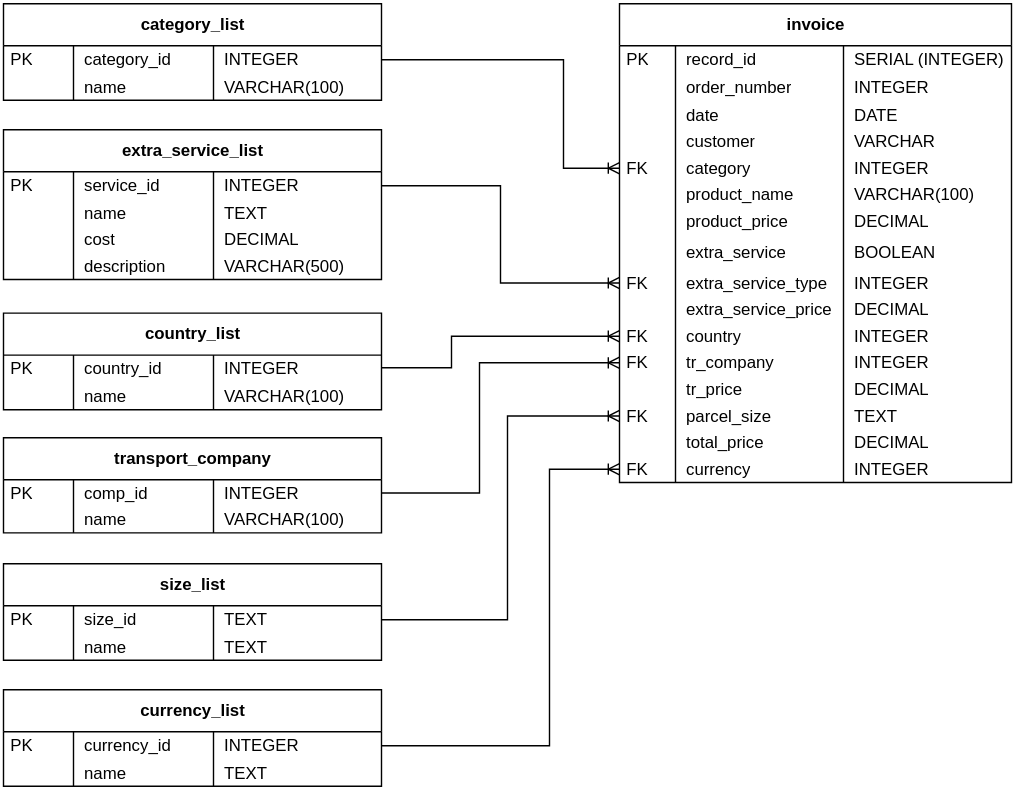
Before: Pictures/Function_3/F3_ERD_invoice.svg, a diagram exported from draw.io (netj22693/backup-app-jn). Source tidied: cells renumbered, new cells last; positions are measured from the earlier drawing's top-left corner, leaving out a move shared by most shapes.
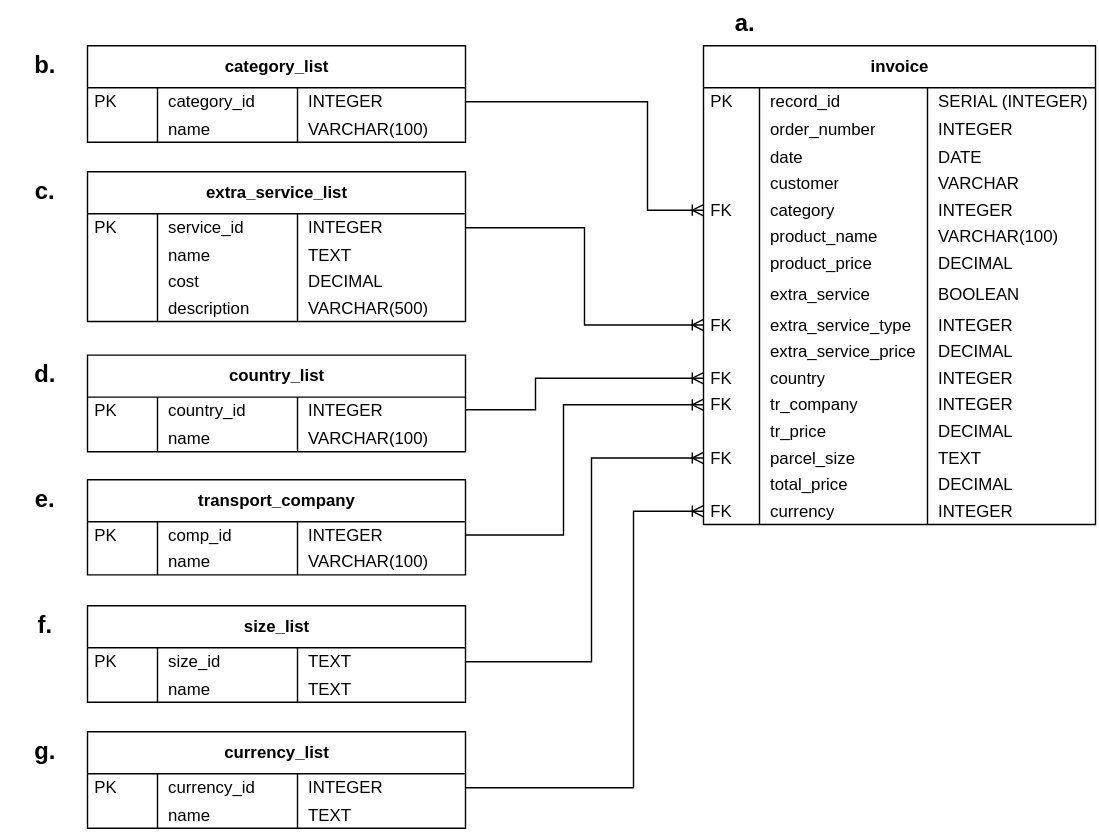
After the change.

Commit message:
11-Nov-2025 -v42.3 - F3 desc adjusted

Change to the diagram source:
```diff
@@ -430,5 +430,26 @@
         </Array>
       </mxGeometry>
     </mxCell>
+    <mxCell id="135" value="b." style="text;html=1;whiteSpace=wrap;strokeColor=none;fillColor=none;align=center;verticalAlign=middle;rounded=0;fontSize=17;fontStyle=1;" parent="1" vertex="1">
+      <mxGeometry x="-60" width="60" height="30" as="geometry" />
+    </mxCell>
+    <mxCell id="136" value="a." style="text;html=1;whiteSpace=wrap;strokeColor=none;fillColor=none;align=center;verticalAlign=middle;rounded=0;fontSize=17;fontStyle=1;" parent="1" vertex="1">
+      <mxGeometry x="440" y="-30" width="60" height="30" as="geometry" />
+    </mxCell>
+    <mxCell id="137" value="c." style="text;html=1;whiteSpace=wrap;strokeColor=none;fillColor=none;align=center;verticalAlign=middle;rounded=0;fontSize=17;fontStyle=1;" parent="1" vertex="1">
+      <mxGeometry x="-60" y="90" width="60" height="30" as="geometry" />
+    </mxCell>
+    <mxCell id="138" value="d." style="text;html=1;whiteSpace=wrap;strokeColor=none;fillColor=none;align=center;verticalAlign=middle;rounded=0;fontSize=17;fontStyle=1;" parent="1" vertex="1">
+      <mxGeometry x="-60" y="221" width="60" height="30" as="geometry" />
+    </mxCell>
+    <mxCell id="139" value="e." style="text;html=1;whiteSpace=wrap;strokeColor=none;fillColor=none;align=center;verticalAlign=middle;rounded=0;fontSize=17;fontStyle=1;" parent="1" vertex="1">
+      <mxGeometry x="-60" y="310" width="60" height="30" as="geometry" />
+    </mxCell>
+    <mxCell id="140" value="f." style="text;html=1;whiteSpace=wrap;strokeColor=none;fillColor=none;align=center;verticalAlign=middle;rounded=0;fontSize=17;fontStyle=1;" parent="1" vertex="1">
+      <mxGeometry x="-60" y="400" width="60" height="30" as="geometry" />
+    </mxCell>
+    <mxCell id="141" value="g." style="text;html=1;whiteSpace=wrap;strokeColor=none;fillColor=none;align=center;verticalAlign=middle;rounded=0;fontSize=17;fontStyle=1;" parent="1" vertex="1">
+      <mxGeometry x="-60" y="490" width="60" height="30" as="geometry" />
+    </mxCell>
   </root>
 </mxGraphModel>
```
